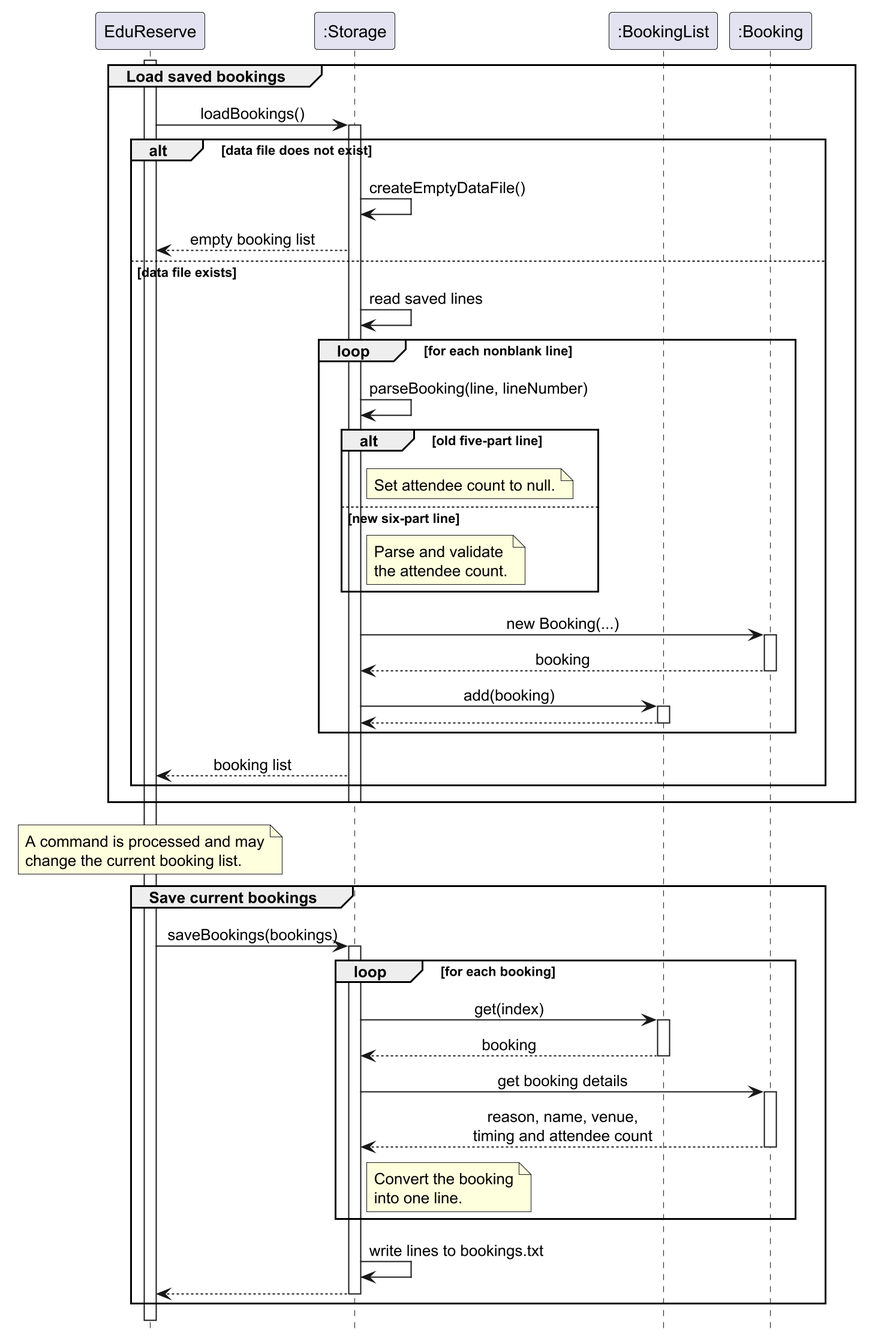
Earlier version of the PlantUML export docs/UMLDiagrams/StorageSequenceDiagram.png (AY2627S1-CS2113-W14-2/tp).
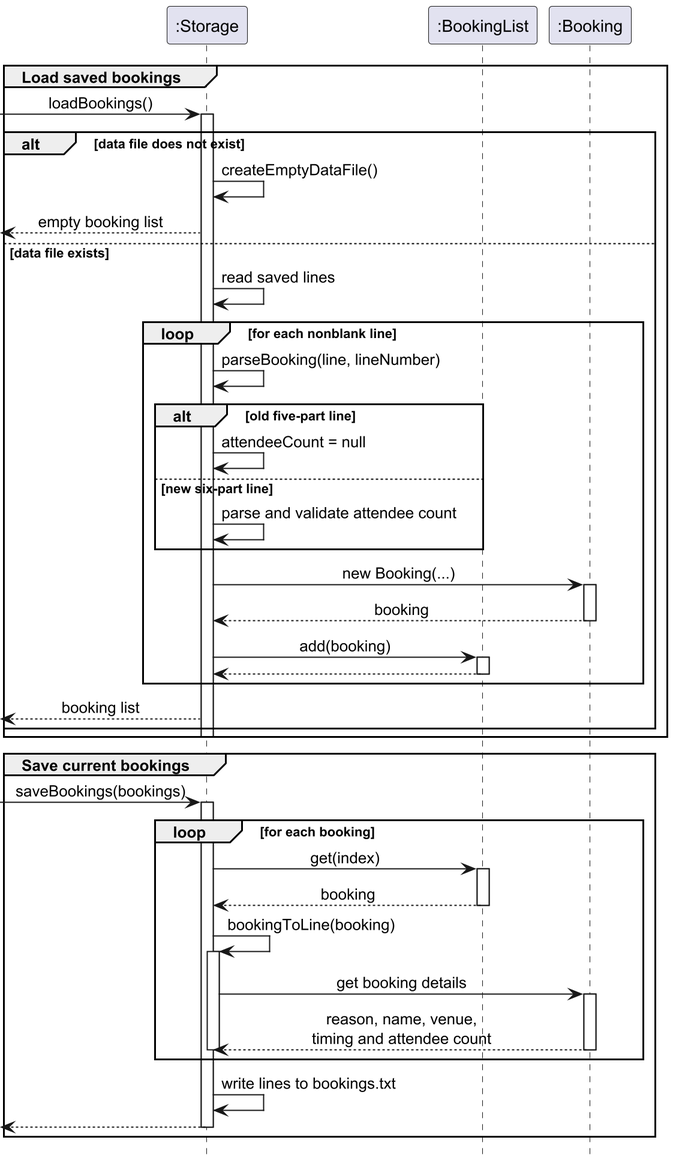
After the change.

Change to the diagram source:
```diff
@@ -3,20 +3,17 @@
 skinparam sequenceMessageAlign center
 hide footbox
 
-participant "EduReserve" as App
 participant ":Storage" as Storage
 participant ":BookingList" as Bookings
 participant ":Booking" as Booking
 
-activate App
-
 group Load saved bookings
-    App -> Storage: loadBookings()
+    [-> Storage: loadBookings()
     activate Storage
 
     alt data file does not exist
         Storage -> Storage: createEmptyDataFile()
-        Storage --> App: empty booking list
+        Storage -->[: empty booking list
     else data file exists
         Storage -> Storage: read saved lines
 
@@ -24,14 +21,9 @@
             Storage -> Storage: parseBooking(line, lineNumber)
 
             alt old five-part line
-                note right of Storage
-                    Set attendee count to null.
-                end note
+                Storage -> Storage: attendeeCount = null
             else new six-part line
-                note right of Storage
-                    Parse and validate
-                    the attendee count.
-                end note
+                Storage -> Storage: parse and validate attendee count
             end
 
             Storage -> Booking: new Booking(...)
@@ -45,19 +37,14 @@
             deactivate Bookings
         end
 
-        Storage --> App: booking list
+        Storage -->[: booking list
     end
 
     deactivate Storage
 end
 
-note over App
-    A command is processed and may
-    change the current booking list.
-end note
-
 group Save current bookings
-    App -> Storage: saveBookings(bookings)
+    [-> Storage: saveBookings(bookings)
     activate Storage
 
     loop for each booking
@@ -66,21 +53,19 @@
         Bookings --> Storage: booking
         deactivate Bookings
 
+        Storage -> Storage: bookingToLine(booking)
+        activate Storage
         Storage -> Booking: get booking details
         activate Booking
         Booking --> Storage: reason, name, venue,\ntiming and attendee count
         deactivate Booking
 
-        note right of Storage
-            Convert the booking
-            into one line.
-        end note
+        deactivate Storage
     end
 
     Storage -> Storage: write lines to bookings.txt
-    Storage --> App
+    Storage -->[
     deactivate Storage
 end
 
-deactivate App
 @enduml
```
